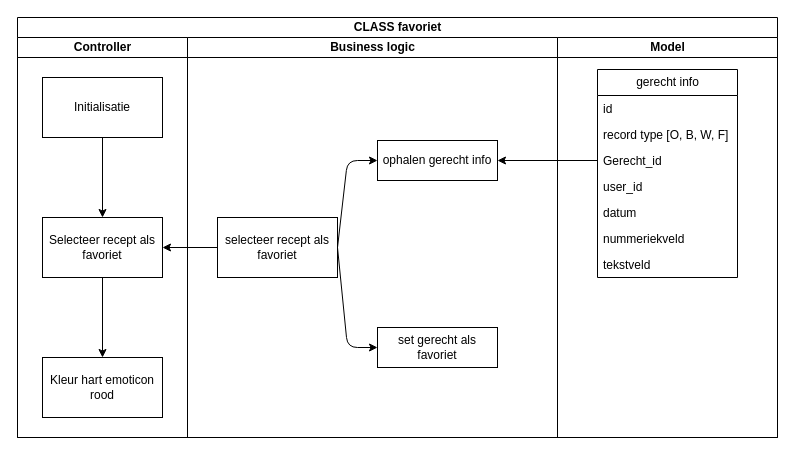
ReneKrewinkel/educom-verrukkulluk-1678798729 keeps this draw.io diagram as documents/design/VER-ASD-class-favoriet-JP-V1.drawio. Above is the earlier version. Source tidied: cells renumbered, new cells numbered last; positions are measured from the earlier drawing's top-left corner, leaving out a move shared by most shapes. Both pictures are drawn from the tidied source at 100%, with x=0, y=0 at pixel (17, 17).
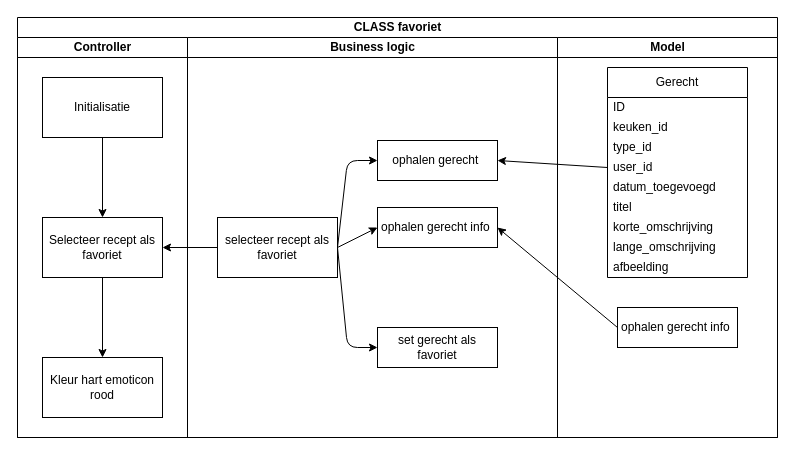
After the change.

The change refers to these unchanged cells:
```xml
<mxCell id="2" value="CLASS favoriet" style="swimlane;startSize=20;html=1;" parent="1" vertex="1">
  <mxGeometry width="760" height="420" as="geometry" />
</mxCell>
<mxCell id="10" value="Business logic" style="swimlane;startSize=20;html=1;" parent="2" vertex="1">
  <mxGeometry x="170" y="20" width="370" height="400" as="geometry" />
</mxCell>
<mxCell id="13" value="selecteer recept als favoriet" style="rounded=0;whiteSpace=wrap;html=1;" parent="10" vertex="1">
  <mxGeometry x="30" y="180" width="120" height="60" as="geometry" />
</mxCell>
<mxCell id="16" value="Model" style="swimlane;startSize=20;html=1;" parent="2" vertex="1">
  <mxGeometry x="540" y="20" width="220" height="400" as="geometry" />
</mxCell>
```

Change to the diagram source:
```diff
@@
+    <mxCell id="26" style="edgeStyle=none;html=1;exitX=1;exitY=0.5;exitDx=0;exitDy=0;entryX=0;entryY=0.5;entryDx=0;entryDy=0;" parent="10" edge="1" source="13" target="27">
+      <mxGeometry relative="1" as="geometry" />
+    </mxCell>
@@
-    <mxCell id="14" value="ophalen gerecht info" style="rounded=0;whiteSpace=wrap;html=1;" parent="10" vertex="1">
+    <mxCell id="14" value="ophalen gerecht&amp;nbsp;" style="rounded=0;whiteSpace=wrap;html=1;" parent="10" vertex="1">
       <mxGeometry x="190" y="103" width="120" height="40" as="geometry" />
     </mxCell>
@@
+    <mxCell id="27" value="ophalen gerecht info&amp;nbsp;" style="rounded=0;whiteSpace=wrap;html=1;" parent="10" vertex="1">
+      <mxGeometry x="190" y="170" width="120" height="40" as="geometry" />
+    </mxCell>
@@
-    <mxCell id="17" value="gerecht info" style="swimlane;fontStyle=0;horizontal=1;startSize=26;fillColor=none;html=1;" parent="16" vertex="1">
-      <mxGeometry x="40" y="32" width="140" height="208" as="geometry" />
-    </mxCell>
-    <mxCell id="18" value="id" style="text;strokeColor=none;fillColor=none;align=left;verticalAlign=top;spacingLeft=4;spacingRight=4;overflow=hidden;whiteSpace=wrap;html=1;" parent="17" vertex="1">
-      <mxGeometry y="26" width="140" height="26" as="geometry" />
-    </mxCell>
-    <mxCell id="19" value="record type [O, B, W, F]&lt;br&gt;" style="text;strokeColor=none;fillColor=none;align=left;verticalAlign=top;spacingLeft=4;spacingRight=4;overflow=hidden;whiteSpace=wrap;html=1;" parent="17" vertex="1">
-      <mxGeometry y="52" width="140" height="26" as="geometry" />
-    </mxCell>
-    <mxCell id="20" value="Gerecht_id" style="text;strokeColor=none;fillColor=none;align=left;verticalAlign=top;spacingLeft=4;spacingRight=4;overflow=hidden;points=[[0,0.5],[1,0.5]];portConstraint=eastwest;whiteSpace=wrap;html=1;" parent="17" vertex="1">
-      <mxGeometry y="78" width="140" height="26" as="geometry" />
-    </mxCell>
+    <mxCell id="28" value="ophalen gerecht info&amp;nbsp;" style="rounded=0;whiteSpace=wrap;html=1;" parent="16" vertex="1">
+      <mxGeometry x="60" y="270" width="120" height="40" as="geometry" />
+    </mxCell>
+    <mxCell id="29" style="edgeStyle=none;html=1;exitX=0;exitY=0.5;exitDx=0;exitDy=0;entryX=1;entryY=0.5;entryDx=0;entryDy=0;" parent="2" edge="1" source="28" target="27">
+      <mxGeometry relative="1" as="geometry" />
+    </mxCell>
+    <mxCell id="30" value="Gerecht" style="swimlane;fontStyle=0;horizontal=1;startSize=30;whiteSpace=wrap;html=1;" parent="1" vertex="1">
+      <mxGeometry x="590" y="50" width="140" height="210" as="geometry" />
+    </mxCell>
+    <mxCell id="31" value="ID" style="text;strokeColor=none;fillColor=none;align=left;verticalAlign=middle;spacingLeft=4;spacingRight=4;overflow=hidden;whiteSpace=wrap;html=1;" parent="30" vertex="1">
+      <mxGeometry y="30" width="140" height="20" as="geometry" />
+    </mxCell>
+    <mxCell id="32" value="keuken_id" style="text;strokeColor=none;fillColor=none;align=left;verticalAlign=middle;spacingLeft=4;spacingRight=4;overflow=hidden;whiteSpace=wrap;html=1;" parent="30" vertex="1">
+      <mxGeometry y="50" width="140" height="20" as="geometry" />
+    </mxCell>
+    <mxCell id="33" value="type_id" style="text;strokeColor=none;fillColor=none;align=left;verticalAlign=middle;spacingLeft=4;spacingRight=4;overflow=hidden;whiteSpace=wrap;html=1;" parent="30" vertex="1">
+      <mxGeometry y="70" width="140" height="20" as="geometry" />
+    </mxCell>
-    <mxCell id="21" value="user_id" style="text;strokeColor=none;fillColor=none;align=left;verticalAlign=top;spacingLeft=4;spacingRight=4;overflow=hidden;points=[[0,0.5],[1,0.5]];portConstraint=eastwest;whiteSpace=wrap;html=1;" parent="17" vertex="1">
-      <mxGeometry y="104" width="140" height="26" as="geometry" />
+    <mxCell id="21" value="user_id" style="text;strokeColor=none;fillColor=none;align=left;verticalAlign=middle;spacingLeft=4;spacingRight=4;overflow=hidden;points=[[0,0.5],[1,0.5]];portConstraint=eastwest;whiteSpace=wrap;html=1;" parent="30" vertex="1">
+      <mxGeometry y="90" width="140" height="20" as="geometry" />
     </mxCell>
-    <mxCell id="22" value="datum" style="text;strokeColor=none;fillColor=none;align=left;verticalAlign=top;spacingLeft=4;spacingRight=4;overflow=hidden;whiteSpace=wrap;html=1;" parent="17" vertex="1">
-      <mxGeometry y="130" width="140" height="26" as="geometry" />
-    </mxCell>
-    <mxCell id="23" value="nummeriekveld" style="text;strokeColor=none;fillColor=none;align=left;verticalAlign=top;spacingLeft=4;spacingRight=4;overflow=hidden;whiteSpace=wrap;html=1;" parent="17" vertex="1">
-      <mxGeometry y="156" width="140" height="26" as="geometry" />
-    </mxCell>
-    <mxCell id="24" value="tekstveld" style="text;strokeColor=none;fillColor=none;align=left;verticalAlign=top;spacingLeft=4;spacingRight=4;overflow=hidden;whiteSpace=wrap;html=1;" parent="17" vertex="1">
-      <mxGeometry y="182" width="140" height="26" as="geometry" />
-    </mxCell>
+    <mxCell id="34" value="datum_toegevoegd" style="text;strokeColor=none;fillColor=none;align=left;verticalAlign=middle;spacingLeft=4;spacingRight=4;overflow=hidden;whiteSpace=wrap;html=1;" parent="30" vertex="1">
+      <mxGeometry y="110" width="140" height="20" as="geometry" />
+    </mxCell>
+    <mxCell id="35" value="titel" style="text;strokeColor=none;fillColor=none;align=left;verticalAlign=middle;spacingLeft=4;spacingRight=4;overflow=hidden;whiteSpace=wrap;html=1;" parent="30" vertex="1">
+      <mxGeometry y="130" width="140" height="20" as="geometry" />
+    </mxCell>
+    <mxCell id="36" value="korte_omschrijving" style="text;strokeColor=none;fillColor=none;align=left;verticalAlign=middle;spacingLeft=4;spacingRight=4;overflow=hidden;whiteSpace=wrap;html=1;" parent="30" vertex="1">
+      <mxGeometry y="150" width="140" height="20" as="geometry" />
+    </mxCell>
+    <mxCell id="37" value="lange_omschrijving" style="text;strokeColor=none;fillColor=none;align=left;verticalAlign=middle;spacingLeft=4;spacingRight=4;overflow=hidden;whiteSpace=wrap;html=1;" parent="30" vertex="1">
+      <mxGeometry y="170" width="140" height="20" as="geometry" />
+    </mxCell>
+    <mxCell id="38" value="afbeelding" style="text;strokeColor=none;fillColor=none;align=left;verticalAlign=middle;spacingLeft=4;spacingRight=4;overflow=hidden;whiteSpace=wrap;html=1;" parent="30" vertex="1">
+      <mxGeometry y="190" width="140" height="20" as="geometry" />
+    </mxCell>
-    <mxCell id="25" style="edgeStyle=none;html=1;exitX=0;exitY=0.5;exitDx=0;exitDy=0;entryX=1;entryY=0.5;entryDx=0;entryDy=0;" parent="2" edge="1" source="20" target="14">
+    <mxCell id="25" style="edgeStyle=none;html=1;exitX=0;exitY=0.5;exitDx=0;exitDy=0;entryX=1;entryY=0.5;entryDx=0;entryDy=0;" parent="1" edge="1" source="21" target="14">
       <mxGeometry relative="1" as="geometry" />
     </mxCell>
```
